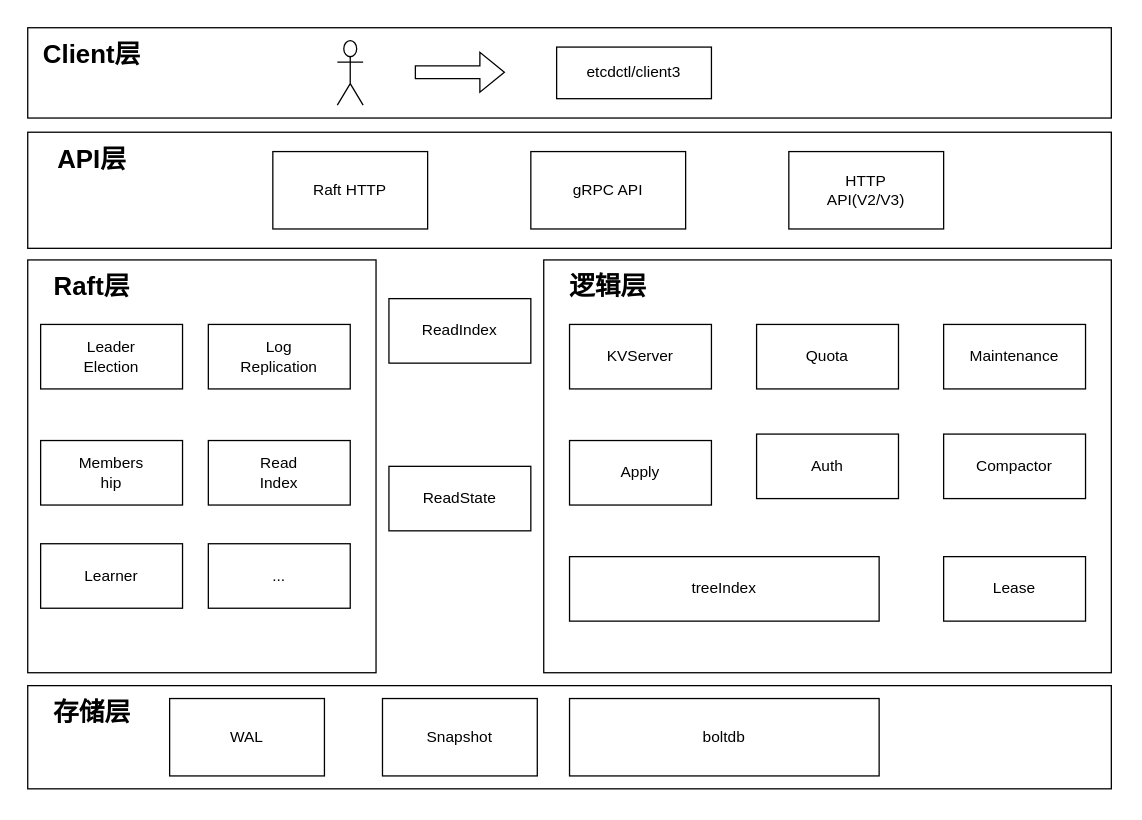
BoyChai/drawio_file keeps this draw.io diagram as ETCD架构图.drawio. Above is the earlier version. Source tidied: cells renumbered, new cells numbered last; positions are measured from the earlier drawing's top-left corner, leaving out a move shared by most shapes. Both pictures are drawn from the tidied source at 129%, with x=0, y=0 at pixel (27, 27).
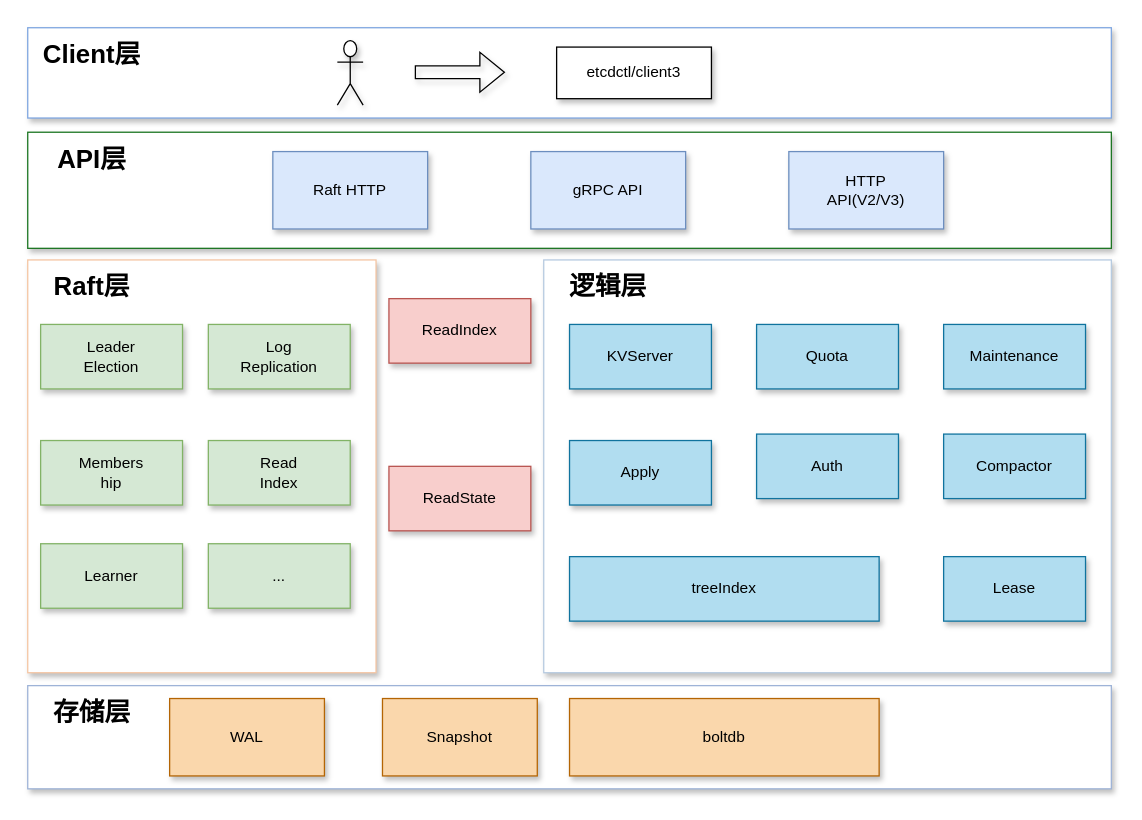
The same page after the edit.

Commit message (it also covers changes not shown here):
更新ETCD架构图.drawio

The edit, as a diff of the source:
```diff
@@
-    <mxCell id="2" style="rounded=0;whiteSpace=wrap;html=1;shadow=0;" parent="1" vertex="1">
+    <mxCell id="2" style="rounded=0;whiteSpace=wrap;html=1;shadow=1;strokeColor=#7EA6E0;" parent="1" vertex="1">
       <mxGeometry width="840" height="70" as="geometry" />
     </mxCell>
-    <mxCell id="3" style="rounded=0;whiteSpace=wrap;html=1;shadow=0;" parent="1" vertex="1">
+    <mxCell id="3" style="rounded=0;whiteSpace=wrap;html=1;shadow=1;strokeColor=#1a7420;" parent="1" vertex="1">
       <mxGeometry y="81" width="840" height="90" as="geometry" />
     </mxCell>
-    <mxCell id="4" style="rounded=0;whiteSpace=wrap;html=1;shadow=0;" parent="1" vertex="1">
+    <mxCell id="4" style="rounded=0;whiteSpace=wrap;html=1;shadow=1;strokeColor=#f4c5a3;" parent="1" vertex="1">
       <mxGeometry y="180" width="270" height="320" as="geometry" />
     </mxCell>
-    <mxCell id="5" style="rounded=0;whiteSpace=wrap;html=1;shadow=0;" parent="1" vertex="1">
+    <mxCell id="5" style="rounded=0;whiteSpace=wrap;html=1;shadow=1;strokeColor=#b6cae0;" parent="1" vertex="1">
       <mxGeometry x="400" y="180" width="440" height="320" as="geometry" />
     </mxCell>
-    <mxCell id="6" value="ReadIndex" style="rounded=0;whiteSpace=wrap;html=1;shadow=0;" parent="1" vertex="1">
+    <mxCell id="6" value="ReadIndex" style="rounded=0;whiteSpace=wrap;html=1;shadow=1;fillColor=#f8cecc;strokeColor=#b85450;" parent="1" vertex="1">
       <mxGeometry x="280" y="210" width="110" height="50" as="geometry" />
     </mxCell>
-    <mxCell id="7" value="ReadState" style="rounded=0;whiteSpace=wrap;html=1;shadow=0;" parent="1" vertex="1">
+    <mxCell id="7" value="ReadState" style="rounded=0;whiteSpace=wrap;html=1;shadow=1;fillColor=#f8cecc;strokeColor=#b85450;" parent="1" vertex="1">
       <mxGeometry x="280" y="340" width="110" height="50" as="geometry" />
     </mxCell>
-    <mxCell id="8" style="rounded=0;whiteSpace=wrap;html=1;shadow=0;" parent="1" vertex="1">
+    <mxCell id="8" style="rounded=0;whiteSpace=wrap;html=1;shadow=1;strokeColor=#9eb3d7;" parent="1" vertex="1">
       <mxGeometry y="510" width="840" height="80" as="geometry" />
     </mxCell>
-    <mxCell id="9" value="&lt;font style=&quot;font-size: 20px;&quot;&gt;Client层&lt;/font&gt;" style="text;html=1;align=center;verticalAlign=middle;whiteSpace=wrap;rounded=0;fontStyle=1;shadow=0;" parent="1" vertex="1">
+    <mxCell id="9" value="&lt;font style=&quot;font-size: 20px;&quot;&gt;Client层&lt;/font&gt;" style="text;html=1;align=center;verticalAlign=middle;whiteSpace=wrap;rounded=0;fontStyle=1;shadow=1;" parent="1" vertex="1">
       <mxGeometry width="100" height="40" as="geometry" />
     </mxCell>
-    <mxCell id="10" value="&lt;font style=&quot;font-size: 20px;&quot;&gt;API层&lt;/font&gt;" style="text;html=1;align=center;verticalAlign=middle;whiteSpace=wrap;rounded=0;fontStyle=1;shadow=0;" parent="1" vertex="1">
+    <mxCell id="10" value="&lt;font style=&quot;font-size: 20px;&quot;&gt;API层&lt;/font&gt;" style="text;html=1;align=center;verticalAlign=middle;whiteSpace=wrap;rounded=0;fontStyle=1;shadow=1;" parent="1" vertex="1">
       <mxGeometry y="81" width="100" height="40" as="geometry" />
     </mxCell>
-    <mxCell id="11" value="&lt;font style=&quot;font-size: 20px;&quot;&gt;Raft层&lt;/font&gt;" style="text;html=1;align=center;verticalAlign=middle;whiteSpace=wrap;rounded=0;fontStyle=1;shadow=0;" parent="1" vertex="1">
+    <mxCell id="11" value="&lt;font style=&quot;font-size: 20px;&quot;&gt;Raft层&lt;/font&gt;" style="text;html=1;align=center;verticalAlign=middle;whiteSpace=wrap;rounded=0;fontStyle=1;shadow=1;" parent="1" vertex="1">
       <mxGeometry y="180" width="100" height="40" as="geometry" />
     </mxCell>
-    <mxCell id="12" value="&lt;font style=&quot;font-size: 20px;&quot;&gt;逻辑层&lt;/font&gt;" style="text;html=1;align=center;verticalAlign=middle;whiteSpace=wrap;rounded=0;fontStyle=1;shadow=0;" parent="1" vertex="1">
+    <mxCell id="12" value="&lt;font style=&quot;font-size: 20px;&quot;&gt;逻辑层&lt;/font&gt;" style="text;html=1;align=center;verticalAlign=middle;whiteSpace=wrap;rounded=0;fontStyle=1;shadow=1;" parent="1" vertex="1">
       <mxGeometry x="400" y="180" width="100" height="40" as="geometry" />
     </mxCell>
-    <mxCell id="13" value="&lt;span style=&quot;font-size: 20px;&quot;&gt;存储层&lt;/span&gt;" style="text;html=1;align=center;verticalAlign=middle;whiteSpace=wrap;rounded=0;fontStyle=1;shadow=0;" parent="1" vertex="1">
+    <mxCell id="13" value="&lt;span style=&quot;font-size: 20px;&quot;&gt;存储层&lt;/span&gt;" style="text;html=1;align=center;verticalAlign=middle;whiteSpace=wrap;rounded=0;fontStyle=1;shadow=1;" parent="1" vertex="1">
       <mxGeometry y="510" width="100" height="40" as="geometry" />
     </mxCell>
-    <mxCell id="14" style="shape=umlActor;verticalLabelPosition=bottom;verticalAlign=top;html=1;shadow=0;" parent="1" vertex="1">
+    <mxCell id="14" style="shape=umlActor;verticalLabelPosition=bottom;verticalAlign=top;html=1;shadow=1;" parent="1" vertex="1">
       <mxGeometry x="240" y="10" width="20" height="50" as="geometry" />
     </mxCell>
-    <mxCell id="15" value="etcdctl/client3" style="rounded=0;whiteSpace=wrap;html=1;shadow=0;" parent="1" vertex="1">
+    <mxCell id="15" value="etcdctl/client3" style="rounded=0;whiteSpace=wrap;html=1;shadow=1;" parent="1" vertex="1">
       <mxGeometry x="410" y="15" width="120" height="40" as="geometry" />
     </mxCell>
-    <mxCell id="16" style="shape=flexArrow;endArrow=classic;html=1;rounded=0;shadow=0;" parent="1" edge="1">
+    <mxCell id="16" style="shape=flexArrow;endArrow=classic;html=1;rounded=0;shadow=1;" parent="1" edge="1">
       <mxGeometry relative="1" as="geometry">
         <mxPoint x="300" y="34.5" as="sourcePoint" />
         <mxPoint x="370" y="34.5" as="targetPoint" />
       </mxGeometry>
     </mxCell>
-    <mxCell id="17" value="Raft HTTP" style="rounded=0;whiteSpace=wrap;html=1;" parent="1" vertex="1">
+    <mxCell id="17" value="Raft HTTP" style="rounded=0;whiteSpace=wrap;html=1;fillColor=#dae8fc;strokeColor=#6c8ebf;shadow=1;" parent="1" vertex="1">
       <mxGeometry x="190" y="96" width="120" height="60" as="geometry" />
     </mxCell>
-    <mxCell id="18" value="gRPC API" style="rounded=0;whiteSpace=wrap;html=1;" parent="1" vertex="1">
+    <mxCell id="18" value="gRPC API" style="rounded=0;whiteSpace=wrap;html=1;fillColor=#dae8fc;strokeColor=#6c8ebf;shadow=1;" parent="1" vertex="1">
       <mxGeometry x="390" y="96" width="120" height="60" as="geometry" />
     </mxCell>
-    <mxCell id="19" value="HTTP&lt;div&gt;API(V2/V3)&lt;/div&gt;" style="rounded=0;whiteSpace=wrap;html=1;" parent="1" vertex="1">
+    <mxCell id="19" value="HTTP&lt;div&gt;API(V2/V3)&lt;/div&gt;" style="rounded=0;whiteSpace=wrap;html=1;fillColor=#dae8fc;strokeColor=#6c8ebf;shadow=1;" parent="1" vertex="1">
       <mxGeometry x="590" y="96" width="120" height="60" as="geometry" />
     </mxCell>
-    <mxCell id="20" value="Leader&lt;div&gt;Election&lt;/div&gt;" style="rounded=0;whiteSpace=wrap;html=1;" parent="1" vertex="1">
+    <mxCell id="20" value="Leader&lt;div&gt;Election&lt;/div&gt;" style="rounded=0;whiteSpace=wrap;html=1;fillColor=#d5e8d4;strokeColor=#82b366;shadow=1;" parent="1" vertex="1">
       <mxGeometry x="10" y="230" width="110" height="50" as="geometry" />
     </mxCell>
-    <mxCell id="21" value="Log&lt;div&gt;Replication&lt;/div&gt;" style="rounded=0;whiteSpace=wrap;html=1;" parent="1" vertex="1">
+    <mxCell id="21" value="Log&lt;div&gt;Replication&lt;/div&gt;" style="rounded=0;whiteSpace=wrap;html=1;fillColor=#d5e8d4;strokeColor=#82b366;shadow=1;" parent="1" vertex="1">
       <mxGeometry x="140" y="230" width="110" height="50" as="geometry" />
     </mxCell>
-    <mxCell id="22" value="Members&lt;div&gt;hip&lt;/div&gt;" style="rounded=0;whiteSpace=wrap;html=1;" parent="1" vertex="1">
+    <mxCell id="22" value="Members&lt;div&gt;hip&lt;/div&gt;" style="rounded=0;whiteSpace=wrap;html=1;fillColor=#d5e8d4;strokeColor=#82b366;shadow=1;" parent="1" vertex="1">
       <mxGeometry x="10" y="320" width="110" height="50" as="geometry" />
     </mxCell>
-    <mxCell id="23" value="Learner" style="rounded=0;whiteSpace=wrap;html=1;" parent="1" vertex="1">
+    <mxCell id="23" value="Learner" style="rounded=0;whiteSpace=wrap;html=1;fillColor=#d5e8d4;strokeColor=#82b366;shadow=1;" parent="1" vertex="1">
       <mxGeometry x="10" y="400" width="110" height="50" as="geometry" />
     </mxCell>
-    <mxCell id="24" value="Read&lt;br&gt;Index" style="rounded=0;whiteSpace=wrap;html=1;" parent="1" vertex="1">
+    <mxCell id="24" value="Read&lt;br&gt;Index" style="rounded=0;whiteSpace=wrap;html=1;fillColor=#d5e8d4;strokeColor=#82b366;shadow=1;" parent="1" vertex="1">
       <mxGeometry x="140" y="320" width="110" height="50" as="geometry" />
     </mxCell>
-    <mxCell id="25" value="..." style="rounded=0;whiteSpace=wrap;html=1;" parent="1" vertex="1">
+    <mxCell id="25" value="..." style="rounded=0;whiteSpace=wrap;html=1;fillColor=#d5e8d4;strokeColor=#82b366;shadow=1;" parent="1" vertex="1">
       <mxGeometry x="140" y="400" width="110" height="50" as="geometry" />
     </mxCell>
-    <mxCell id="26" value="KVServer" style="rounded=0;whiteSpace=wrap;html=1;" parent="1" vertex="1">
+    <mxCell id="26" value="KVServer" style="rounded=0;whiteSpace=wrap;html=1;fillColor=#b1ddf0;strokeColor=#10739e;shadow=1;" parent="1" vertex="1">
       <mxGeometry x="420" y="230" width="110" height="50" as="geometry" />
     </mxCell>
-    <mxCell id="27" value="Quota" style="rounded=0;whiteSpace=wrap;html=1;" parent="1" vertex="1">
+    <mxCell id="27" value="Quota" style="rounded=0;whiteSpace=wrap;html=1;fillColor=#b1ddf0;strokeColor=#10739e;shadow=1;" parent="1" vertex="1">
       <mxGeometry x="565" y="230" width="110" height="50" as="geometry" />
     </mxCell>
-    <mxCell id="28" value="Maintenance" style="rounded=0;whiteSpace=wrap;html=1;" parent="1" vertex="1">
+    <mxCell id="28" value="Maintenance" style="rounded=0;whiteSpace=wrap;html=1;fillColor=#b1ddf0;strokeColor=#10739e;shadow=1;" parent="1" vertex="1">
       <mxGeometry x="710" y="230" width="110" height="50" as="geometry" />
     </mxCell>
-    <mxCell id="29" value="Apply" style="rounded=0;whiteSpace=wrap;html=1;" parent="1" vertex="1">
+    <mxCell id="29" value="Apply" style="rounded=0;whiteSpace=wrap;html=1;fillColor=#b1ddf0;strokeColor=#10739e;shadow=1;" parent="1" vertex="1">
       <mxGeometry x="420" y="320" width="110" height="50" as="geometry" />
     </mxCell>
-    <mxCell id="30" value="Auth" style="rounded=0;whiteSpace=wrap;html=1;" parent="1" vertex="1">
+    <mxCell id="30" value="Auth" style="rounded=0;whiteSpace=wrap;html=1;fillColor=#b1ddf0;strokeColor=#10739e;shadow=1;" parent="1" vertex="1">
       <mxGeometry x="565" y="315" width="110" height="50" as="geometry" />
     </mxCell>
-    <mxCell id="31" value="Compactor" style="rounded=0;whiteSpace=wrap;html=1;" parent="1" vertex="1">
+    <mxCell id="31" value="Compactor" style="rounded=0;whiteSpace=wrap;html=1;fillColor=#b1ddf0;strokeColor=#10739e;shadow=1;" parent="1" vertex="1">
       <mxGeometry x="710" y="315" width="110" height="50" as="geometry" />
     </mxCell>
-    <mxCell id="32" value="treeIndex" style="rounded=0;whiteSpace=wrap;html=1;" parent="1" vertex="1">
+    <mxCell id="32" value="treeIndex" style="rounded=0;whiteSpace=wrap;html=1;fillColor=#b1ddf0;strokeColor=#10739e;shadow=1;" parent="1" vertex="1">
       <mxGeometry x="420" y="410" width="240" height="50" as="geometry" />
     </mxCell>
-    <mxCell id="33" value="Lease" style="rounded=0;whiteSpace=wrap;html=1;" parent="1" vertex="1">
+    <mxCell id="33" value="Lease" style="rounded=0;whiteSpace=wrap;html=1;fillColor=#b1ddf0;strokeColor=#10739e;shadow=1;" parent="1" vertex="1">
       <mxGeometry x="710" y="410" width="110" height="50" as="geometry" />
     </mxCell>
-    <mxCell id="34" value="WAL" style="rounded=0;whiteSpace=wrap;html=1;" parent="1" vertex="1">
+    <mxCell id="34" value="WAL" style="rounded=0;whiteSpace=wrap;html=1;fillColor=#fad7ac;strokeColor=#b46504;shadow=1;" parent="1" vertex="1">
       <mxGeometry x="110" y="520" width="120" height="60" as="geometry" />
     </mxCell>
-    <mxCell id="35" value="Snapshot" style="rounded=0;whiteSpace=wrap;html=1;" parent="1" vertex="1">
+    <mxCell id="35" value="Snapshot" style="rounded=0;whiteSpace=wrap;html=1;fillColor=#fad7ac;strokeColor=#b46504;shadow=1;" parent="1" vertex="1">
       <mxGeometry x="275" y="520" width="120" height="60" as="geometry" />
     </mxCell>
-    <mxCell id="36" value="boltdb" style="rounded=0;whiteSpace=wrap;html=1;" parent="1" vertex="1">
+    <mxCell id="36" value="boltdb" style="rounded=0;whiteSpace=wrap;html=1;fillColor=#fad7ac;strokeColor=#b46504;shadow=1;" parent="1" vertex="1">
       <mxGeometry x="420" y="520" width="240" height="60" as="geometry" />
     </mxCell>
```
